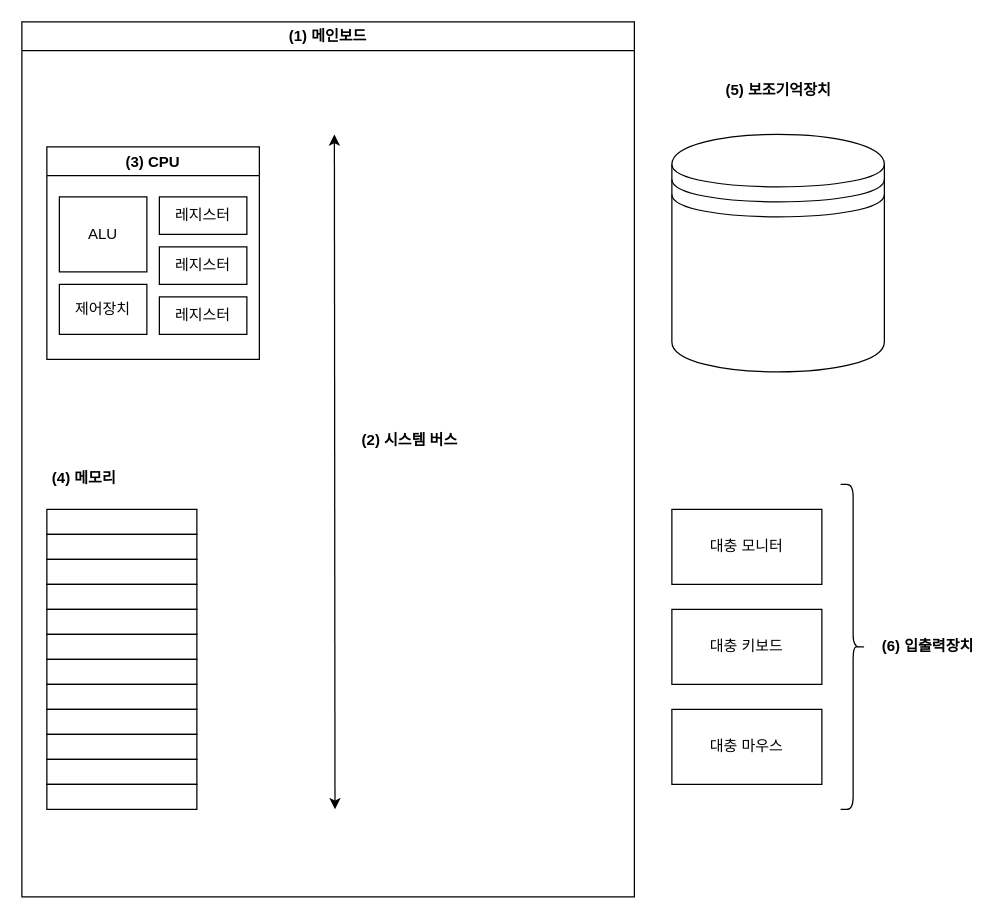
Before: 혼공컴운.drawio in mrcocoball/computer-and-os, a draw.io diagram. Source tidied: cells renumbered, new cells numbered last; positions are measured from the earlier drawing's top-left corner, leaving out a move shared by most shapes. Both pictures are drawn from the tidied source at 125%, with x=0, y=0 at pixel (21, 21).
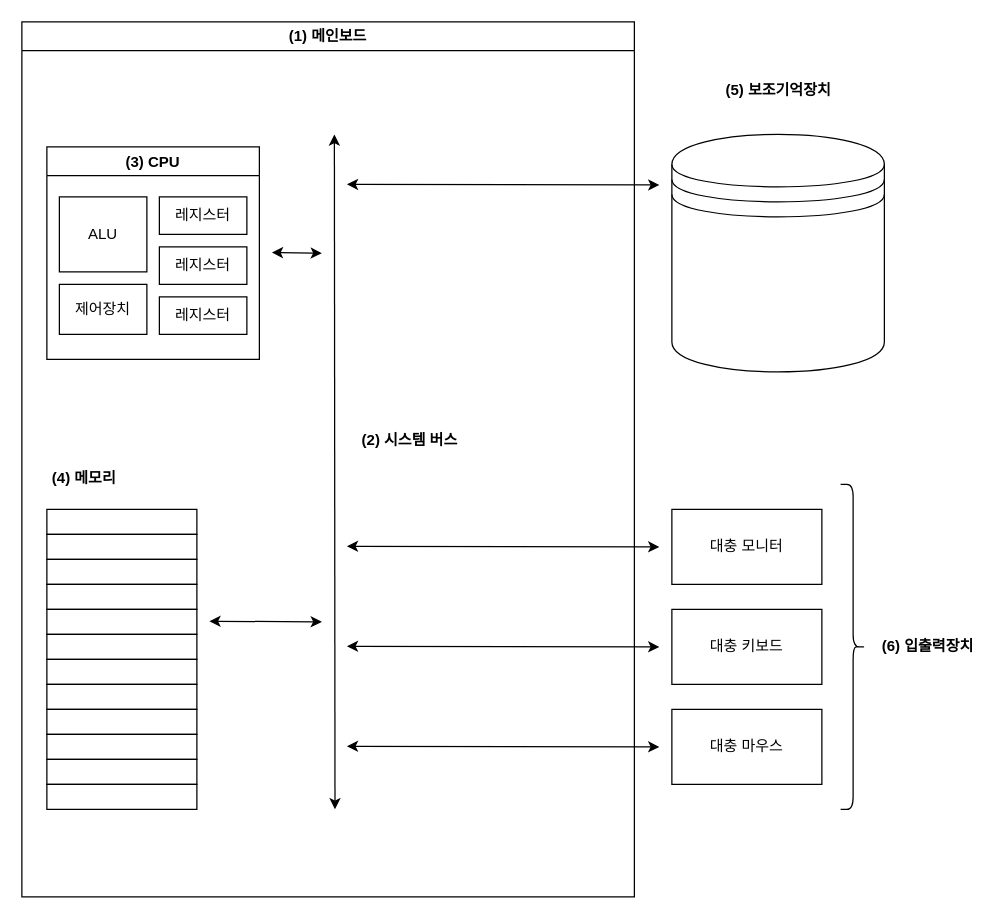
Above is the later version.

The change refers to these unchanged cells:
```xml
<mxCell id="2" value="(1) 메인보드" style="swimlane;whiteSpace=wrap;html=1;" parent="1" vertex="1">
  <mxGeometry width="490" height="700" as="geometry" />
</mxCell>
```

The edit, as a diff of the source:
```diff
@@
+    <mxCell id="31" style="endArrow=classic;startArrow=classic;html=1;rounded=0;" parent="2" edge="1">
+      <mxGeometry relative="1" as="geometry">
+        <mxPoint x="260" y="419.5" as="sourcePoint" />
+        <mxPoint x="510" y="420" as="targetPoint" />
+      </mxGeometry>
+    </mxCell>
+    <mxCell id="32" style="endArrow=classic;startArrow=classic;html=1;rounded=0;" parent="2" edge="1">
+      <mxGeometry relative="1" as="geometry">
+        <mxPoint x="260" y="499.5" as="sourcePoint" />
+        <mxPoint x="510" y="500" as="targetPoint" />
+      </mxGeometry>
+    </mxCell>
+    <mxCell id="33" style="endArrow=classic;startArrow=classic;html=1;rounded=0;" parent="2" edge="1">
+      <mxGeometry relative="1" as="geometry">
+        <mxPoint x="260" y="579.5" as="sourcePoint" />
+        <mxPoint x="510" y="580" as="targetPoint" />
+      </mxGeometry>
+    </mxCell>
+    <mxCell id="34" style="endArrow=classic;startArrow=classic;html=1;rounded=0;" parent="2" edge="1">
+      <mxGeometry relative="1" as="geometry">
+        <mxPoint x="150" y="479.5" as="sourcePoint" />
+        <mxPoint x="240" y="480" as="targetPoint" />
+      </mxGeometry>
+    </mxCell>
+    <mxCell id="35" style="endArrow=classic;startArrow=classic;html=1;rounded=0;" parent="2" edge="1">
+      <mxGeometry relative="1" as="geometry">
+        <mxPoint x="200" y="184.5" as="sourcePoint" />
+        <mxPoint x="240" y="185" as="targetPoint" />
+      </mxGeometry>
+    </mxCell>
+    <mxCell id="36" style="endArrow=classic;startArrow=classic;html=1;rounded=0;" parent="2" edge="1">
+      <mxGeometry relative="1" as="geometry">
+        <mxPoint x="260" y="130" as="sourcePoint" />
+        <mxPoint x="510" y="130.5" as="targetPoint" />
+      </mxGeometry>
+    </mxCell>
```
